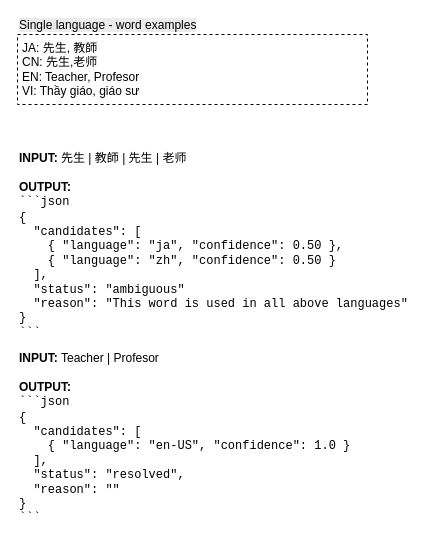
The draw.io diagram page "Test cases: single language - word examples" (2 of 5) of language-identifier-library.drawio in craftzlife/language-identifier, before the edit. Source tidied: cells renumbered, new cells numbered last; positions are measured from the earlier drawing's top-left corner, leaving out a move shared by most shapes. Both pictures are drawn from the tidied source at 100%, with x=0, y=0 at pixel (17, 34).
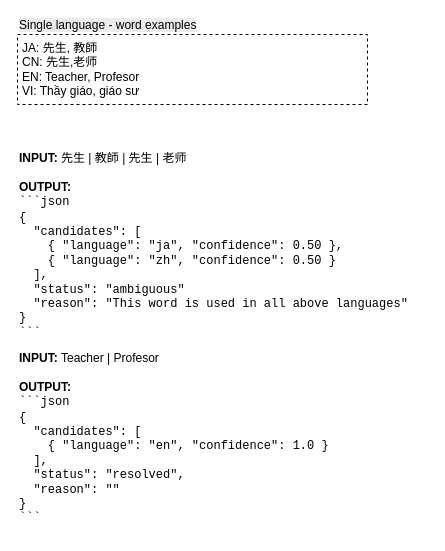
Above is the later version.

Change to the diagram source:
````diff
@@
 <mxGraphModel>
   <root>
     <mxCell id="0" />
     <mxCell id="1" parent="0" />
     <mxCell id="2" value="&lt;span style=&quot;font-size: 12px; background-color: rgb(236, 236, 236);&quot;&gt;Single language - word examples&lt;/span&gt;" style="rounded=0;whiteSpace=wrap;html=1;fontFamily=Helvetica;fontSize=11;fontColor=default;labelBackgroundColor=default;align=left;labelPosition=center;verticalLabelPosition=top;verticalAlign=bottom;strokeColor=default;dashed=1;" parent="1" vertex="1">
       <mxGeometry width="350" height="70" as="geometry" />
     </mxCell>
     <mxCell id="3" value="&lt;div&gt;&lt;font style=&quot;color: rgb(0, 0, 0);&quot;&gt;&lt;span style=&quot;color: rgb(0, 0, 0); background-color: transparent;&quot;&gt;&lt;font&gt;JA: 先生, &lt;/font&gt;教師&lt;br&gt;&lt;font&gt;CN:&amp;nbsp;&lt;/font&gt;&lt;/span&gt;&lt;span style=&quot;background-color: transparent;&quot;&gt;先生,老师&lt;br&gt;EN: Teacher, Profesor&lt;br&gt;VI: Thầy giáo, giáo sư&lt;/span&gt;&lt;/font&gt;&lt;/div&gt;" style="text;html=1;whiteSpace=wrap;strokeColor=none;fillColor=none;align=left;verticalAlign=middle;rounded=0;spacingLeft=0;spacingRight=0;spacing=5;fontSize=12;dashed=1;" parent="2" vertex="1">
       <mxGeometry width="350" height="70" as="geometry" />
     </mxCell>
     <mxCell id="4" value="&lt;div&gt;&lt;font style=&quot;font-size: 12px;&quot;&gt;&lt;b style=&quot;background-color: transparent; color: light-dark(rgb(0, 0, 0), rgb(255, 255, 255));&quot;&gt;INPUT:&amp;nbsp;&lt;/b&gt;先生 |&amp;nbsp;&lt;span style=&quot;background-color: transparent; color: rgb(0, 0, 0);&quot;&gt;教師 |&amp;nbsp;&lt;/span&gt;&lt;span style=&quot;background-color: transparent;&quot;&gt;先生 | 老师&lt;/span&gt;&lt;br&gt;&lt;br&gt;&lt;b&gt;OUTPUT:&amp;nbsp;&lt;br&gt;&lt;/b&gt;&lt;font face=&quot;Courier New&quot; style=&quot;&quot;&gt;```json&lt;br&gt;{&lt;/font&gt;&lt;/font&gt;&lt;/div&gt;&lt;div&gt;&lt;font face=&quot;Courier New&quot; style=&quot;font-size: 12px;&quot;&gt;&amp;nbsp; &quot;candidates&quot;: [&lt;/font&gt;&lt;/div&gt;&lt;div&gt;&lt;font face=&quot;Courier New&quot; style=&quot;font-size: 12px;&quot;&gt;&amp;nbsp; &amp;nbsp; { &quot;language&quot;: &quot;ja&quot;, &quot;confidence&quot;: 0.50 },&lt;/font&gt;&lt;/div&gt;&lt;div&gt;&lt;font face=&quot;Courier New&quot; style=&quot;font-size: 12px;&quot;&gt;&amp;nbsp; &amp;nbsp; { &quot;language&quot;: &quot;zh&quot;, &quot;confidence&quot;: 0.50 }&lt;/font&gt;&lt;/div&gt;&lt;div&gt;&lt;font face=&quot;Courier New&quot; style=&quot;font-size: 12px;&quot;&gt;&amp;nbsp; ],&lt;/font&gt;&lt;/div&gt;&lt;div&gt;&lt;font face=&quot;Courier New&quot; style=&quot;font-size: 12px;&quot;&gt;&amp;nbsp; &quot;status&quot;: &quot;ambiguous&quot;&lt;br&gt;&lt;/font&gt;&lt;span style=&quot;font-family: &amp;quot;Courier New&amp;quot;; font-size: 12px;&quot;&gt;&amp;nbsp; &quot;reason&quot;: &quot;This word is used in all above languages&quot;&lt;/span&gt;&lt;font face=&quot;Courier New&quot; style=&quot;font-size: 12px;&quot;&gt;&lt;/font&gt;&lt;/div&gt;&lt;div&gt;&lt;font face=&quot;Courier New&quot; style=&quot;font-size: 12px;&quot;&gt;}&lt;br&gt;```&lt;/font&gt;&lt;/div&gt;" style="text;html=1;whiteSpace=wrap;strokeColor=none;fillColor=none;align=left;verticalAlign=top;rounded=0;fontFamily=Helvetica;fontSize=11;fontColor=default;labelBackgroundColor=none;labelPosition=center;verticalLabelPosition=middle;fixedWidth=0;" parent="1" vertex="1">
       <mxGeometry y="110" width="410" height="200" as="geometry" />
     </mxCell>
-    <mxCell id="5" value="&lt;div&gt;&lt;font style=&quot;font-size: 12px;&quot;&gt;&lt;b&gt;INPUT:&amp;nbsp;&lt;/b&gt;Teacher | Profesor&lt;br&gt;&lt;br&gt;&lt;b&gt;OUTPUT:&amp;nbsp;&lt;br&gt;&lt;/b&gt;&lt;font face=&quot;Courier New&quot; style=&quot;&quot;&gt;```json&lt;br&gt;{&lt;/font&gt;&lt;/font&gt;&lt;/div&gt;&lt;div&gt;&lt;font face=&quot;Courier New&quot; style=&quot;font-size: 12px;&quot;&gt;&amp;nbsp; &quot;candidates&quot;: [&lt;/font&gt;&lt;/div&gt;&lt;div&gt;&lt;font face=&quot;Courier New&quot; style=&quot;font-size: 12px;&quot;&gt;&amp;nbsp; &amp;nbsp; { &quot;language&quot;: &quot;en-US&quot;, &quot;confidence&quot;: 1.0 }&lt;/font&gt;&lt;/div&gt;&lt;div&gt;&lt;font face=&quot;Courier New&quot; style=&quot;font-size: 12px;&quot;&gt;&amp;nbsp; ],&lt;/font&gt;&lt;/div&gt;&lt;div&gt;&lt;font face=&quot;Courier New&quot; style=&quot;font-size: 12px;&quot;&gt;&amp;nbsp; &quot;status&quot;: &quot;resolved&quot;,&lt;br&gt;&amp;nbsp; &quot;reason&quot;: &quot;&quot;&lt;/font&gt;&lt;/div&gt;&lt;div&gt;&lt;font face=&quot;Courier New&quot; style=&quot;font-size: 12px;&quot;&gt;}&lt;br&gt;```&lt;/font&gt;&lt;/div&gt;" style="text;html=1;whiteSpace=wrap;strokeColor=none;fillColor=none;align=left;verticalAlign=top;rounded=0;fontFamily=Helvetica;fontSize=11;fontColor=default;labelBackgroundColor=none;labelPosition=center;verticalLabelPosition=middle;fixedWidth=0;" parent="1" vertex="1">
+    <mxCell id="5" value="&lt;div&gt;&lt;font style=&quot;font-size: 12px;&quot;&gt;&lt;b&gt;INPUT:&amp;nbsp;&lt;/b&gt;Teacher | Profesor&lt;br&gt;&lt;br&gt;&lt;b&gt;OUTPUT:&amp;nbsp;&lt;br&gt;&lt;/b&gt;&lt;font face=&quot;Courier New&quot; style=&quot;&quot;&gt;```json&lt;br&gt;{&lt;/font&gt;&lt;/font&gt;&lt;/div&gt;&lt;div&gt;&lt;font face=&quot;Courier New&quot; style=&quot;font-size: 12px;&quot;&gt;&amp;nbsp; &quot;candidates&quot;: [&lt;/font&gt;&lt;/div&gt;&lt;div&gt;&lt;font face=&quot;Courier New&quot; style=&quot;font-size: 12px;&quot;&gt;&amp;nbsp; &amp;nbsp; { &quot;language&quot;: &quot;en&quot;, &quot;confidence&quot;: 1.0 }&lt;/font&gt;&lt;/div&gt;&lt;div&gt;&lt;font face=&quot;Courier New&quot; style=&quot;font-size: 12px;&quot;&gt;&amp;nbsp; ],&lt;/font&gt;&lt;/div&gt;&lt;div&gt;&lt;font face=&quot;Courier New&quot; style=&quot;font-size: 12px;&quot;&gt;&amp;nbsp; &quot;status&quot;: &quot;resolved&quot;,&lt;br&gt;&amp;nbsp; &quot;reason&quot;: &quot;&quot;&lt;/font&gt;&lt;/div&gt;&lt;div&gt;&lt;font face=&quot;Courier New&quot; style=&quot;font-size: 12px;&quot;&gt;}&lt;br&gt;```&lt;/font&gt;&lt;/div&gt;" style="text;html=1;whiteSpace=wrap;strokeColor=none;fillColor=none;align=left;verticalAlign=top;rounded=0;fontFamily=Helvetica;fontSize=11;fontColor=default;labelBackgroundColor=none;labelPosition=center;verticalLabelPosition=middle;fixedWidth=0;" parent="1" vertex="1">
       <mxGeometry y="310" width="350" height="190" as="geometry" />
     </mxCell>
   </root>
 </mxGraphModel>
````
